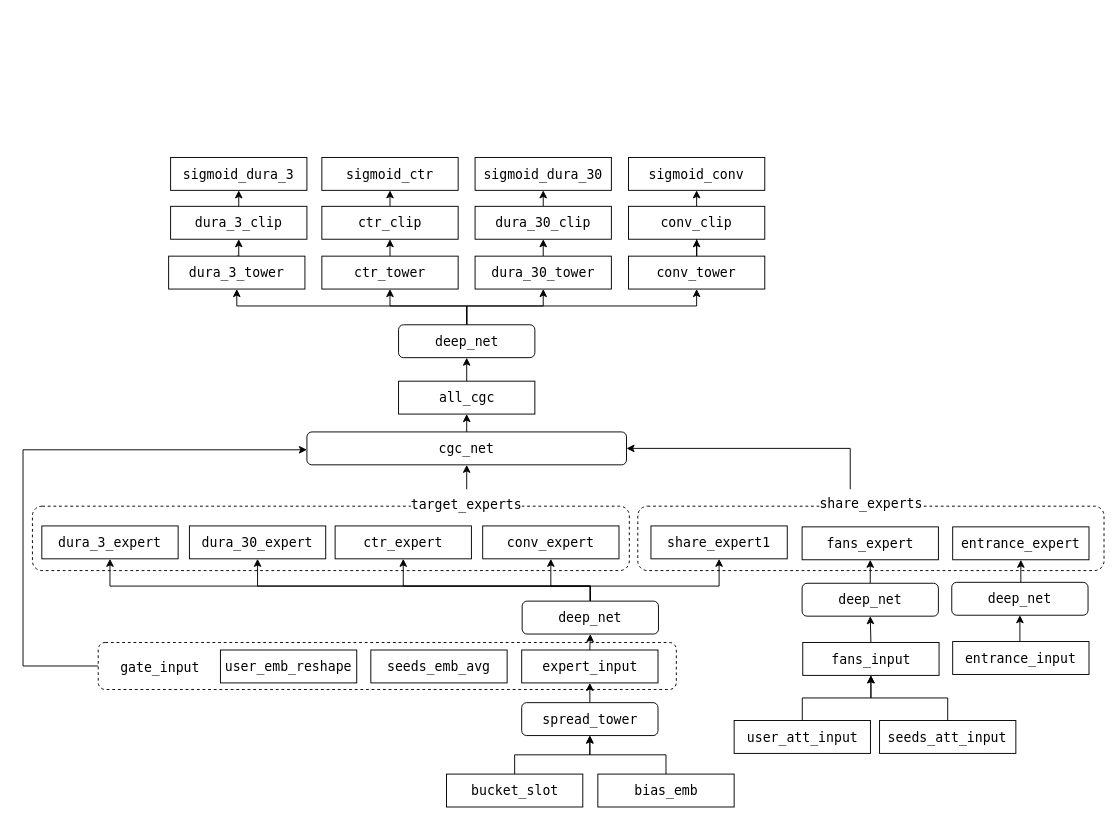
snorlaxse/draw.io keeps this draw.io diagram as immer_model.drawio. Above is the earlier version. Source tidied: cells renumbered, new cells numbered last; positions are measured from the earlier drawing's top-left corner, leaving out a move shared by most shapes. Both pictures are drawn from the tidied source at 94%, with x=0, y=0 at pixel (23, 157).
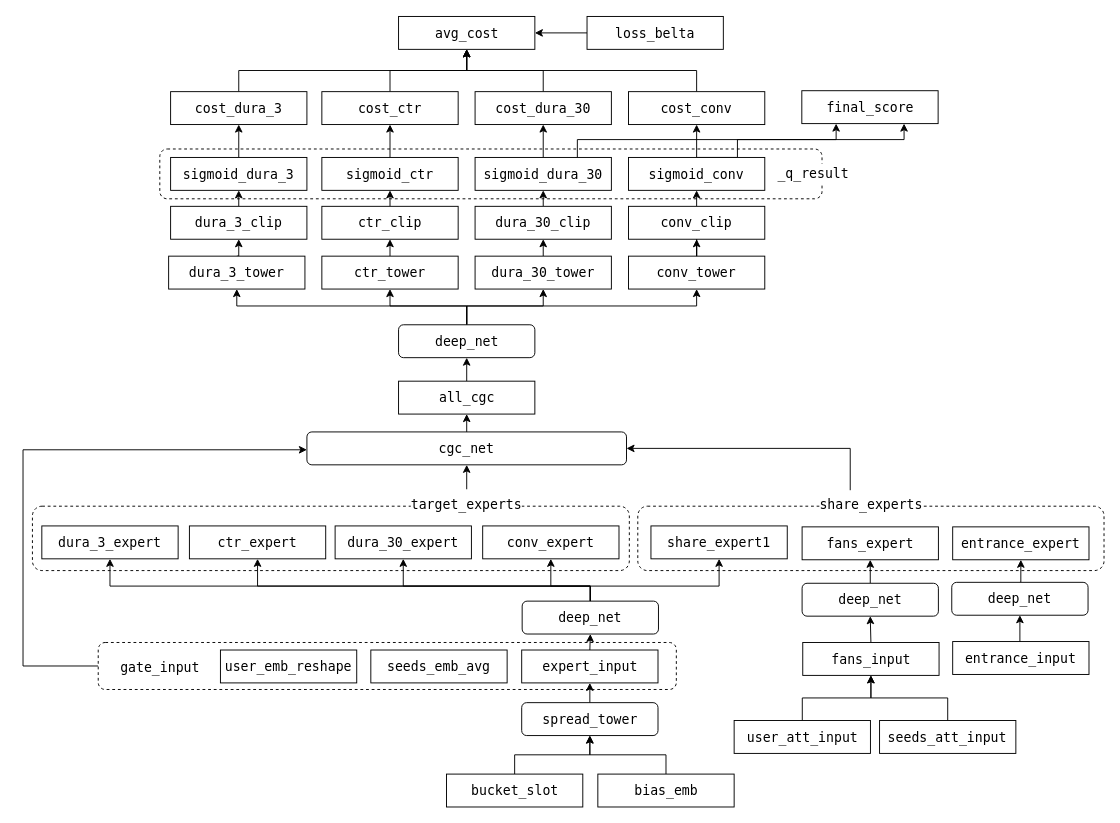
After the change.

Unchanged cells that the change refers to:
```xml
<mxCell id="71" value="&lt;div style=&quot;background-color: rgb(255, 255, 255); font-family: &amp;quot;Fira Code&amp;quot;, Menlo, Monaco, &amp;quot;Courier New&amp;quot;, monospace; font-size: 14px; line-height: 21px; white-space: pre;&quot;&gt;&lt;div style=&quot;line-height: 21px;&quot;&gt;&lt;div style=&quot;line-height: 21px;&quot;&gt;&lt;div style=&quot;line-height: 21px;&quot;&gt;&lt;div style=&quot;line-height: 21px;&quot;&gt;&lt;div style=&quot;line-height: 21px;&quot;&gt;&lt;div style=&quot;line-height: 21px;&quot;&gt;&lt;div style=&quot;line-height: 21px;&quot;&gt;sigmoid_dura_3&lt;/div&gt;&lt;/div&gt;&lt;/div&gt;&lt;/div&gt;&lt;/div&gt;&lt;/div&gt;&lt;/div&gt;&lt;/div&gt;" style="rounded=0;whiteSpace=wrap;html=1;" parent="1" vertex="1">
  <mxGeometry x="157" width="145" height="35" as="geometry" />
</mxCell>
<mxCell id="72" value="&lt;div style=&quot;background-color: rgb(255, 255, 255); font-family: &amp;quot;Fira Code&amp;quot;, Menlo, Monaco, &amp;quot;Courier New&amp;quot;, monospace; font-size: 14px; line-height: 21px; white-space: pre;&quot;&gt;&lt;div style=&quot;line-height: 21px;&quot;&gt;&lt;div style=&quot;line-height: 21px;&quot;&gt;&lt;div style=&quot;line-height: 21px;&quot;&gt;&lt;div style=&quot;line-height: 21px;&quot;&gt;&lt;div style=&quot;line-height: 21px;&quot;&gt;&lt;div style=&quot;line-height: 21px;&quot;&gt;&lt;div style=&quot;line-height: 21px;&quot;&gt;sigmoid_ctr&lt;/div&gt;&lt;/div&gt;&lt;/div&gt;&lt;/div&gt;&lt;/div&gt;&lt;/div&gt;&lt;/div&gt;&lt;/div&gt;" style="rounded=0;whiteSpace=wrap;html=1;" parent="1" vertex="1">
  <mxGeometry x="317.9" width="145" height="35" as="geometry" />
</mxCell>
<mxCell id="73" value="&lt;div style=&quot;background-color: rgb(255, 255, 255); font-family: &amp;quot;Fira Code&amp;quot;, Menlo, Monaco, &amp;quot;Courier New&amp;quot;, monospace; font-size: 14px; line-height: 21px; white-space: pre;&quot;&gt;&lt;div style=&quot;line-height: 21px;&quot;&gt;&lt;div style=&quot;line-height: 21px;&quot;&gt;&lt;div style=&quot;line-height: 21px;&quot;&gt;&lt;div style=&quot;line-height: 21px;&quot;&gt;&lt;div style=&quot;line-height: 21px;&quot;&gt;&lt;div style=&quot;line-height: 21px;&quot;&gt;&lt;div style=&quot;line-height: 21px;&quot;&gt;&lt;div style=&quot;line-height: 21px;&quot;&gt;sigmoid_dura_30&lt;/div&gt;&lt;/div&gt;&lt;/div&gt;&lt;/div&gt;&lt;/div&gt;&lt;/div&gt;&lt;/div&gt;&lt;/div&gt;&lt;/div&gt;" style="rounded=0;whiteSpace=wrap;html=1;" parent="1" vertex="1">
  <mxGeometry x="480.9" width="145" height="35" as="geometry" />
</mxCell>
<mxCell id="74" value="&lt;div style=&quot;background-color: rgb(255, 255, 255); font-family: &amp;quot;Fira Code&amp;quot;, Menlo, Monaco, &amp;quot;Courier New&amp;quot;, monospace; font-size: 14px; line-height: 21px; white-space: pre;&quot;&gt;&lt;div style=&quot;line-height: 21px;&quot;&gt;&lt;div style=&quot;line-height: 21px;&quot;&gt;&lt;div style=&quot;line-height: 21px;&quot;&gt;&lt;div style=&quot;line-height: 21px;&quot;&gt;&lt;div style=&quot;line-height: 21px;&quot;&gt;&lt;div style=&quot;line-height: 21px;&quot;&gt;&lt;div style=&quot;line-height: 21px;&quot;&gt;&lt;div style=&quot;line-height: 21px;&quot;&gt;sigmoid_conv&lt;/div&gt;&lt;/div&gt;&lt;/div&gt;&lt;/div&gt;&lt;/div&gt;&lt;/div&gt;&lt;/div&gt;&lt;/div&gt;&lt;/div&gt;" style="rounded=0;whiteSpace=wrap;html=1;" parent="1" vertex="1">
  <mxGeometry x="644.1" width="145" height="35" as="geometry" />
</mxCell>
```

The edit, as a diff of the source:
```diff
@@
+    <mxCell id="75" style="rounded=1;whiteSpace=wrap;html=1;dashed=1;" parent="1" vertex="1">
+      <mxGeometry x="145.5" y="-9" width="704.5" height="53" as="geometry" />
+    </mxCell>
@@
-    <mxCell id="30" value="&lt;div style=&quot;background-color: rgb(255, 255, 255); font-family: &amp;quot;Fira Code&amp;quot;, Menlo, Monaco, &amp;quot;Courier New&amp;quot;, monospace; font-size: 14px; line-height: 21px; white-space: pre;&quot;&gt;&lt;div style=&quot;line-height: 21px;&quot;&gt;&lt;div style=&quot;line-height: 21px;&quot;&gt;&lt;div style=&quot;line-height: 21px;&quot;&gt;ctr_expert&lt;/div&gt;&lt;/div&gt;&lt;/div&gt;&lt;/div&gt;" style="rounded=0;whiteSpace=wrap;html=1;" parent="1" vertex="1">
+    <mxCell id="30" value="&lt;div style=&quot;background-color: rgb(255, 255, 255); font-family: &amp;quot;Fira Code&amp;quot;, Menlo, Monaco, &amp;quot;Courier New&amp;quot;, monospace; font-size: 14px; line-height: 21px; white-space: pre;&quot;&gt;&lt;div style=&quot;line-height: 21px;&quot;&gt;&lt;div style=&quot;line-height: 21px;&quot;&gt;&lt;div style=&quot;line-height: 21px;&quot;&gt;dura_30_expert&lt;/div&gt;&lt;/div&gt;&lt;/div&gt;&lt;/div&gt;" style="rounded=0;whiteSpace=wrap;html=1;" parent="1" vertex="1">
       <mxGeometry x="332" y="392" width="145" height="35" as="geometry" />
     </mxCell>
@@
-    <mxCell id="32" value="&lt;div style=&quot;background-color: rgb(255, 255, 255); font-family: &amp;quot;Fira Code&amp;quot;, Menlo, Monaco, &amp;quot;Courier New&amp;quot;, monospace; font-size: 14px; line-height: 21px; white-space: pre;&quot;&gt;&lt;div style=&quot;line-height: 21px;&quot;&gt;&lt;div style=&quot;line-height: 21px;&quot;&gt;&lt;div style=&quot;line-height: 21px;&quot;&gt;&lt;div style=&quot;line-height: 21px;&quot;&gt;dura_30_expert&lt;/div&gt;&lt;/div&gt;&lt;/div&gt;&lt;/div&gt;&lt;/div&gt;" style="rounded=0;whiteSpace=wrap;html=1;" parent="1" vertex="1">
+    <mxCell id="32" value="&lt;div style=&quot;background-color: rgb(255, 255, 255); font-family: &amp;quot;Fira Code&amp;quot;, Menlo, Monaco, &amp;quot;Courier New&amp;quot;, monospace; font-size: 14px; line-height: 21px; white-space: pre;&quot;&gt;&lt;div style=&quot;line-height: 21px;&quot;&gt;&lt;div style=&quot;line-height: 21px;&quot;&gt;&lt;div style=&quot;line-height: 21px;&quot;&gt;&lt;div style=&quot;line-height: 21px;&quot;&gt;ctr_expert&lt;br&gt;&lt;/div&gt;&lt;/div&gt;&lt;/div&gt;&lt;/div&gt;&lt;/div&gt;" style="rounded=0;whiteSpace=wrap;html=1;" parent="1" vertex="1">
       <mxGeometry x="177" y="392" width="145" height="35" as="geometry" />
     </mxCell>
@@
     <mxCell id="40" value="&lt;div style=&quot;background-color: rgb(255, 255, 255); font-family: &amp;quot;Fira Code&amp;quot;, Menlo, Monaco, &amp;quot;Courier New&amp;quot;, monospace; font-size: 14px; line-height: 21px; white-space-collapse: preserve;&quot;&gt;share_experts&lt;/div&gt;" style="text;html=1;align=center;verticalAlign=middle;points=[];strokeColor=none;fillColor=none;" parent="1" vertex="1">
-      <mxGeometry x="837" y="353" width="130" height="30" as="geometry" />
+      <mxGeometry x="837" y="354" width="130" height="30" as="geometry" />
     </mxCell>
@@
+    <mxCell id="76" style="edgeStyle=orthogonalEdgeStyle;rounded=0;jettySize=auto;html=1;exitX=0.5;exitY=0;exitDx=0;exitDy=0;entryX=0.5;entryY=1;entryDx=0;entryDy=0;" parent="1" edge="1" source="71" target="83">
+      <mxGeometry relative="1" as="geometry" />
+    </mxCell>
@@
+    <mxCell id="77" style="edgeStyle=orthogonalEdgeStyle;rounded=0;jettySize=auto;html=1;exitX=0.5;exitY=0;exitDx=0;exitDy=0;entryX=0.5;entryY=1;entryDx=0;entryDy=0;" parent="1" edge="1" source="72" target="85">
+      <mxGeometry relative="1" as="geometry" />
+    </mxCell>
@@
+    <mxCell id="78" style="edgeStyle=orthogonalEdgeStyle;rounded=0;jettySize=auto;html=1;entryX=0.5;entryY=1;entryDx=0;entryDy=0;exitX=0.5;exitY=0;exitDx=0;exitDy=0;" parent="1" edge="1" source="73" target="87">
+      <mxGeometry relative="1" as="geometry" />
+    </mxCell>
+    <mxCell id="79" style="edgeStyle=orthogonalEdgeStyle;rounded=0;jettySize=auto;html=1;exitX=0.75;exitY=0;exitDx=0;exitDy=0;" parent="1" edge="1" target="94">
+      <mxGeometry relative="1" as="geometry">
+        <mxPoint x="589.7" y="15" as="sourcePoint" />
+        <Array as="points">
+          <mxPoint x="590" y="-19" />
+          <mxPoint x="865" y="-19" />
+        </Array>
+      </mxGeometry>
+    </mxCell>
@@
+    <mxCell id="80" style="edgeStyle=orthogonalEdgeStyle;rounded=0;jettySize=auto;html=1;exitX=0.5;exitY=0;exitDx=0;exitDy=0;entryX=0.5;entryY=1;entryDx=0;entryDy=0;" parent="1" edge="1" source="74" target="89">
+      <mxGeometry relative="1" as="geometry" />
+    </mxCell>
+    <mxCell id="81" style="edgeStyle=orthogonalEdgeStyle;rounded=0;jettySize=auto;html=1;exitX=0.5;exitY=0;exitDx=0;exitDy=0;entryX=0.75;entryY=1;entryDx=0;entryDy=0;" parent="1" edge="1" source="74" target="94">
+      <mxGeometry relative="1" as="geometry">
+        <Array as="points">
+          <mxPoint x="760" />
+          <mxPoint x="760" y="-19" />
+          <mxPoint x="938" y="-19" />
+        </Array>
+      </mxGeometry>
+    </mxCell>
@@
+    <mxCell id="82" style="edgeStyle=orthogonalEdgeStyle;rounded=0;jettySize=auto;html=1;exitX=0.5;exitY=0;exitDx=0;exitDy=0;" parent="1" edge="1" source="83" target="90">
+      <mxGeometry relative="1" as="geometry" />
+    </mxCell>
+    <mxCell id="83" value="&lt;div style=&quot;background-color: rgb(255, 255, 255); font-family: &amp;quot;Fira Code&amp;quot;, Menlo, Monaco, &amp;quot;Courier New&amp;quot;, monospace; font-size: 14px; line-height: 21px; white-space: pre;&quot;&gt;&lt;div style=&quot;line-height: 21px;&quot;&gt;&lt;div style=&quot;line-height: 21px;&quot;&gt;&lt;div style=&quot;line-height: 21px;&quot;&gt;&lt;div style=&quot;line-height: 21px;&quot;&gt;&lt;div style=&quot;line-height: 21px;&quot;&gt;&lt;div style=&quot;line-height: 21px;&quot;&gt;&lt;div style=&quot;line-height: 21px;&quot;&gt;&lt;div style=&quot;line-height: 21px;&quot;&gt;cost_dura_3&lt;/div&gt;&lt;/div&gt;&lt;/div&gt;&lt;/div&gt;&lt;/div&gt;&lt;/div&gt;&lt;/div&gt;&lt;/div&gt;&lt;/div&gt;" style="rounded=0;whiteSpace=wrap;html=1;" parent="1" vertex="1">
+      <mxGeometry x="157" y="-70" width="145" height="35" as="geometry" />
+    </mxCell>
+    <mxCell id="84" style="edgeStyle=orthogonalEdgeStyle;rounded=0;jettySize=auto;html=1;exitX=0.5;exitY=0;exitDx=0;exitDy=0;entryX=0.5;entryY=1;entryDx=0;entryDy=0;" parent="1" edge="1" source="85" target="90">
+      <mxGeometry relative="1" as="geometry" />
+    </mxCell>
+    <mxCell id="85" value="&lt;div style=&quot;background-color: rgb(255, 255, 255); font-family: &amp;quot;Fira Code&amp;quot;, Menlo, Monaco, &amp;quot;Courier New&amp;quot;, monospace; font-size: 14px; line-height: 21px; white-space: pre;&quot;&gt;&lt;div style=&quot;line-height: 21px;&quot;&gt;&lt;div style=&quot;line-height: 21px;&quot;&gt;&lt;div style=&quot;line-height: 21px;&quot;&gt;&lt;div style=&quot;line-height: 21px;&quot;&gt;&lt;div style=&quot;line-height: 21px;&quot;&gt;&lt;div style=&quot;line-height: 21px;&quot;&gt;&lt;div style=&quot;line-height: 21px;&quot;&gt;&lt;div style=&quot;line-height: 21px;&quot;&gt;cost_ctr&lt;/div&gt;&lt;/div&gt;&lt;/div&gt;&lt;/div&gt;&lt;/div&gt;&lt;/div&gt;&lt;/div&gt;&lt;/div&gt;&lt;/div&gt;" style="rounded=0;whiteSpace=wrap;html=1;" parent="1" vertex="1">
+      <mxGeometry x="317.9" y="-70" width="145" height="35" as="geometry" />
+    </mxCell>
+    <mxCell id="86" style="edgeStyle=orthogonalEdgeStyle;rounded=0;jettySize=auto;html=1;exitX=0.5;exitY=0;exitDx=0;exitDy=0;" parent="1" edge="1" source="87" target="90">
+      <mxGeometry relative="1" as="geometry" />
+    </mxCell>
+    <mxCell id="87" value="&lt;div style=&quot;background-color: rgb(255, 255, 255); font-family: &amp;quot;Fira Code&amp;quot;, Menlo, Monaco, &amp;quot;Courier New&amp;quot;, monospace; font-size: 14px; line-height: 21px; white-space: pre;&quot;&gt;&lt;div style=&quot;line-height: 21px;&quot;&gt;&lt;div style=&quot;line-height: 21px;&quot;&gt;&lt;div style=&quot;line-height: 21px;&quot;&gt;&lt;div style=&quot;line-height: 21px;&quot;&gt;&lt;div style=&quot;line-height: 21px;&quot;&gt;&lt;div style=&quot;line-height: 21px;&quot;&gt;&lt;div style=&quot;line-height: 21px;&quot;&gt;&lt;div style=&quot;line-height: 21px;&quot;&gt;&lt;div style=&quot;line-height: 21px;&quot;&gt;cost_dura_30&lt;/div&gt;&lt;/div&gt;&lt;/div&gt;&lt;/div&gt;&lt;/div&gt;&lt;/div&gt;&lt;/div&gt;&lt;/div&gt;&lt;/div&gt;&lt;/div&gt;" style="rounded=0;whiteSpace=wrap;html=1;" parent="1" vertex="1">
+      <mxGeometry x="480.9" y="-70" width="145" height="35" as="geometry" />
+    </mxCell>
+    <mxCell id="88" style="edgeStyle=orthogonalEdgeStyle;rounded=0;jettySize=auto;html=1;exitX=0.5;exitY=0;exitDx=0;exitDy=0;entryX=0.5;entryY=1;entryDx=0;entryDy=0;" parent="1" edge="1" source="89" target="90">
+      <mxGeometry relative="1" as="geometry" />
+    </mxCell>
+    <mxCell id="89" value="&lt;div style=&quot;background-color: rgb(255, 255, 255); font-family: &amp;quot;Fira Code&amp;quot;, Menlo, Monaco, &amp;quot;Courier New&amp;quot;, monospace; font-size: 14px; line-height: 21px; white-space: pre;&quot;&gt;&lt;div style=&quot;line-height: 21px;&quot;&gt;&lt;div style=&quot;line-height: 21px;&quot;&gt;&lt;div style=&quot;line-height: 21px;&quot;&gt;&lt;div style=&quot;line-height: 21px;&quot;&gt;&lt;div style=&quot;line-height: 21px;&quot;&gt;&lt;div style=&quot;line-height: 21px;&quot;&gt;&lt;div style=&quot;line-height: 21px;&quot;&gt;&lt;div style=&quot;line-height: 21px;&quot;&gt;&lt;div style=&quot;line-height: 21px;&quot;&gt;cost_conv&lt;/div&gt;&lt;/div&gt;&lt;/div&gt;&lt;/div&gt;&lt;/div&gt;&lt;/div&gt;&lt;/div&gt;&lt;/div&gt;&lt;/div&gt;&lt;/div&gt;" style="rounded=0;whiteSpace=wrap;html=1;" parent="1" vertex="1">
+      <mxGeometry x="644.1" y="-70" width="145" height="35" as="geometry" />
+    </mxCell>
+    <mxCell id="90" value="&lt;div style=&quot;background-color: rgb(255, 255, 255); font-family: &amp;quot;Fira Code&amp;quot;, Menlo, Monaco, &amp;quot;Courier New&amp;quot;, monospace; font-size: 14px; line-height: 21px; white-space: pre;&quot;&gt;&lt;div style=&quot;line-height: 21px;&quot;&gt;&lt;div style=&quot;line-height: 21px;&quot;&gt;&lt;div style=&quot;line-height: 21px;&quot;&gt;&lt;div style=&quot;line-height: 21px;&quot;&gt;avg_cost&lt;/div&gt;&lt;/div&gt;&lt;/div&gt;&lt;/div&gt;&lt;/div&gt;" style="rounded=0;whiteSpace=wrap;html=1;" parent="1" vertex="1">
+      <mxGeometry x="399.5" y="-150" width="145" height="35" as="geometry" />
+    </mxCell>
+    <mxCell id="91" style="edgeStyle=orthogonalEdgeStyle;rounded=0;jettySize=auto;html=1;" parent="1" edge="1" source="92" target="90">
+      <mxGeometry relative="1" as="geometry" />
+    </mxCell>
+    <mxCell id="92" value="&lt;div style=&quot;background-color: rgb(255, 255, 255); font-family: &amp;quot;Fira Code&amp;quot;, Menlo, Monaco, &amp;quot;Courier New&amp;quot;, monospace; font-size: 14px; line-height: 21px; white-space: pre;&quot;&gt;&lt;div style=&quot;line-height: 21px;&quot;&gt;&lt;div style=&quot;line-height: 21px;&quot;&gt;&lt;div style=&quot;line-height: 21px;&quot;&gt;&lt;div style=&quot;line-height: 21px;&quot;&gt;&lt;div style=&quot;line-height: 21px;&quot;&gt;&lt;div style=&quot;line-height: 21px;&quot;&gt;&lt;div style=&quot;line-height: 21px;&quot;&gt;&lt;div style=&quot;line-height: 21px;&quot;&gt;&lt;div style=&quot;line-height: 21px;&quot;&gt;&lt;div style=&quot;line-height: 21px;&quot;&gt;loss_belta&lt;/div&gt;&lt;/div&gt;&lt;/div&gt;&lt;/div&gt;&lt;/div&gt;&lt;/div&gt;&lt;/div&gt;&lt;/div&gt;&lt;/div&gt;&lt;/div&gt;&lt;/div&gt;" style="rounded=0;whiteSpace=wrap;html=1;" parent="1" vertex="1">
+      <mxGeometry x="600" y="-150" width="145" height="35" as="geometry" />
+    </mxCell>
+    <mxCell id="93" value="&lt;div style=&quot;color: #000000;background-color: #ffffff;font-family: 'Fira Code', Menlo, Monaco, 'Courier New', monospace;font-weight: normal;font-size: 14px;line-height: 21px;white-space: pre;&quot;&gt;&lt;div&gt;&lt;span style=&quot;color: #000000;&quot;&gt;_q_result&lt;/span&gt;&lt;/div&gt;&lt;/div&gt;" style="text;whiteSpace=wrap;html=1;" parent="1" vertex="1">
+      <mxGeometry x="801.2" width="110" height="40" as="geometry" />
+    </mxCell>
+    <mxCell id="94" value="&lt;div style=&quot;background-color: rgb(255, 255, 255); font-family: &amp;quot;Fira Code&amp;quot;, Menlo, Monaco, &amp;quot;Courier New&amp;quot;, monospace; font-size: 14px; line-height: 21px; white-space: pre;&quot;&gt;&lt;div style=&quot;line-height: 21px;&quot;&gt;&lt;div style=&quot;line-height: 21px;&quot;&gt;&lt;div style=&quot;line-height: 21px;&quot;&gt;&lt;div style=&quot;line-height: 21px;&quot;&gt;&lt;div style=&quot;line-height: 21px;&quot;&gt;&lt;div style=&quot;line-height: 21px;&quot;&gt;&lt;div style=&quot;line-height: 21px;&quot;&gt;&lt;div style=&quot;line-height: 21px;&quot;&gt;&lt;div style=&quot;line-height: 21px;&quot;&gt;final_score&lt;/div&gt;&lt;/div&gt;&lt;/div&gt;&lt;/div&gt;&lt;/div&gt;&lt;/div&gt;&lt;/div&gt;&lt;/div&gt;&lt;/div&gt;&lt;/div&gt;" style="rounded=0;whiteSpace=wrap;html=1;" parent="1" vertex="1">
+      <mxGeometry x="828.5" y="-71" width="145" height="35" as="geometry" />
+    </mxCell>
```
